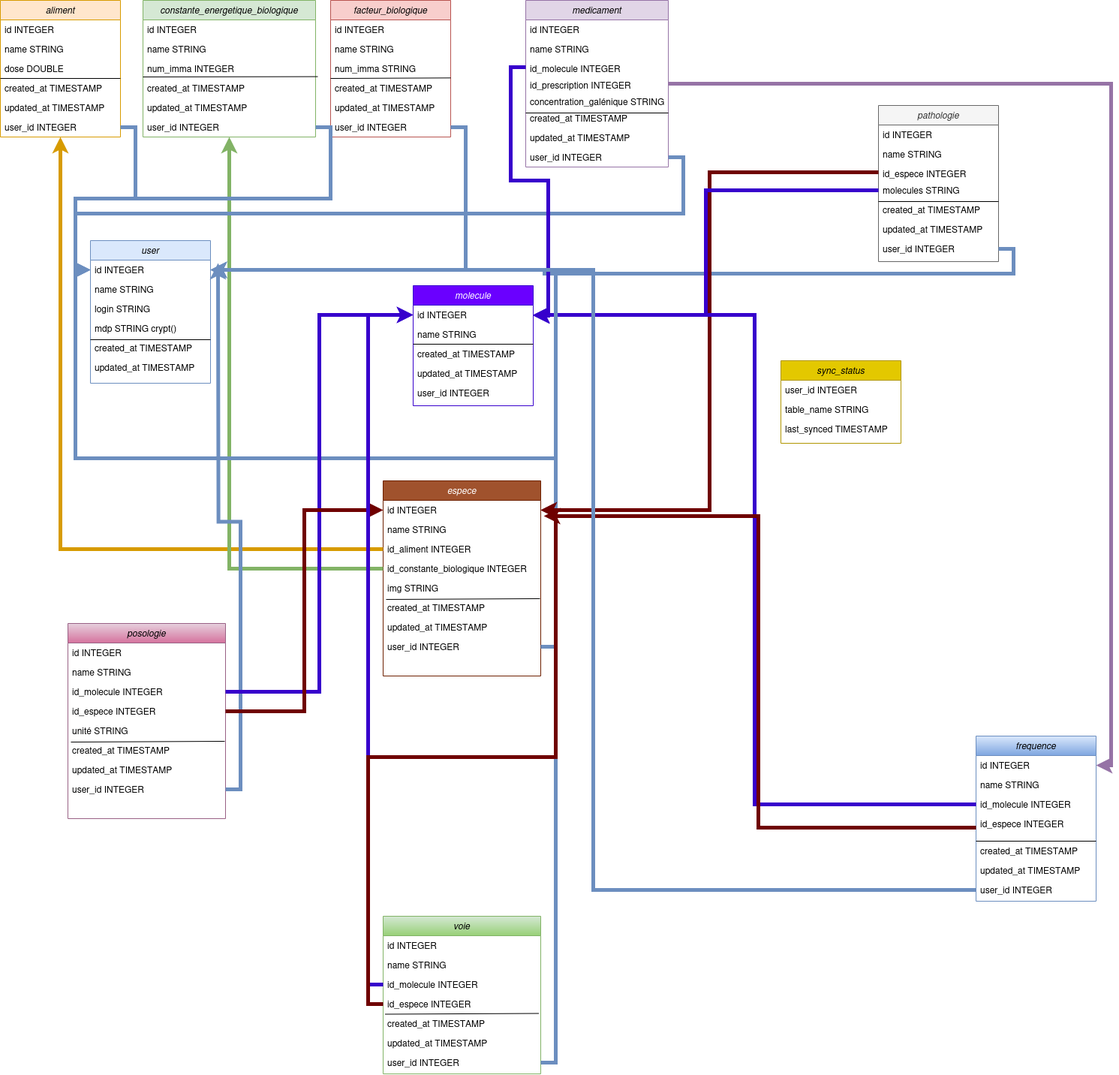
adrienCaminade/adrienCaminade keeps this draw.io diagram as vetplan_schema_DBB.drawio.png. Above is the earlier version. Source tidied: cells renumbered, new cells last; positions are measured from the earlier drawing's top-left corner, leaving out a move shared by most shapes.
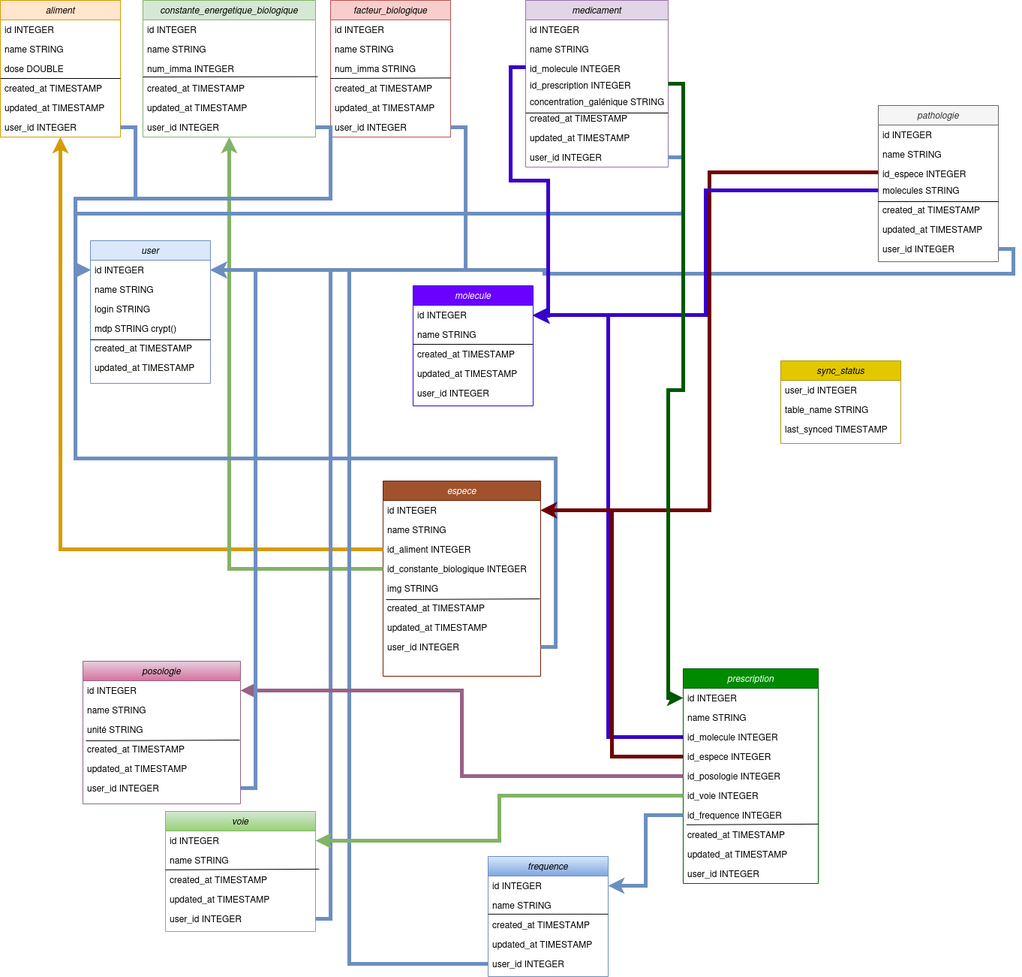
The same file after the commit.

Diff of the diagram source:
```diff
@@ -265,7 +265,7 @@
       <mxGeometry relative="1" as="geometry" />
     </mxCell>
     <mxCell id="84" value="frequence" style="swimlane;fontStyle=2;align=center;verticalAlign=top;horizontal=1;startSize=26;rounded=0;shadow=0;strokeWidth=1;fillColor=#dae8fc;strokeColor=#6c8ebf;gradientColor=#7ea6e0;" parent="1" vertex="1">
-      <mxGeometry x="1300" y="980" width="160" height="220" as="geometry" />
+      <mxGeometry x="650" y="1140" width="160" height="160" as="geometry" />
     </mxCell>
     <mxCell id="85" value="id INTEGER" style="text;align=left;verticalAlign=top;spacingLeft=4;spacingRight=4;overflow=hidden;points=[[0,0.5],[1,0.5]];portConstraint=eastwest;" parent="84" vertex="1">
       <mxGeometry y="26" width="160" height="26" as="geometry" />
@@ -273,38 +273,26 @@
     <mxCell id="86" value="name STRING" style="text;align=left;verticalAlign=top;spacingLeft=4;spacingRight=4;overflow=hidden;rounded=0;shadow=0;html=0;" parent="84" vertex="1">
       <mxGeometry y="52" width="160" height="26" as="geometry" />
     </mxCell>
-    <mxCell id="87" value="id_molecule INTEGER" style="text;align=left;verticalAlign=top;spacingLeft=4;spacingRight=4;overflow=hidden;points=[[0,0.5],[1,0.5]];portConstraint=eastwest;rounded=0;shadow=0;html=0;" parent="84" vertex="1">
-      <mxGeometry y="78" width="160" height="26" as="geometry" />
-    </mxCell>
-    <mxCell id="88" value="id_espece INTEGER" style="text;align=left;verticalAlign=top;spacingLeft=4;spacingRight=4;overflow=hidden;points=[[0,0.5],[1,0.5]];portConstraint=eastwest;rounded=0;shadow=0;html=0;" parent="84" vertex="1">
-      <mxGeometry y="104" width="160" height="36" as="geometry" />
-    </mxCell>
     <mxCell id="89" style="endArrow=none;html=1;rounded=0;" parent="84" edge="1">
       <mxGeometry relative="1" as="geometry">
-        <mxPoint y="140" as="sourcePoint" />
-        <mxPoint x="160" y="140" as="targetPoint" />
+        <mxPoint y="76.8" as="sourcePoint" />
+        <mxPoint x="160" y="76.8" as="targetPoint" />
       </mxGeometry>
     </mxCell>
     <mxCell id="90" value="created_at TIMESTAMP" style="text;align=left;verticalAlign=top;spacingLeft=4;spacingRight=4;overflow=hidden;rounded=0;shadow=0;html=0;" parent="84" vertex="1">
-      <mxGeometry y="140" width="160" height="26" as="geometry" />
+      <mxGeometry y="78" width="160" height="26" as="geometry" />
     </mxCell>
     <mxCell id="91" value="updated_at TIMESTAMP" style="text;align=left;verticalAlign=top;spacingLeft=4;spacingRight=4;overflow=hidden;rounded=0;shadow=0;html=0;" parent="84" vertex="1">
-      <mxGeometry y="166" width="160" height="26" as="geometry" />
+      <mxGeometry y="104" width="160" height="26" as="geometry" />
     </mxCell>
     <mxCell id="92" value="user_id INTEGER" style="text;align=left;verticalAlign=top;spacingLeft=4;spacingRight=4;overflow=hidden;points=[[0,0.5],[1,0.5]];portConstraint=eastwest;rounded=0;shadow=0;html=0;" parent="84" vertex="1">
-      <mxGeometry y="192" width="160" height="26" as="geometry" />
+      <mxGeometry y="130" width="160" height="26" as="geometry" />
     </mxCell>
-    <mxCell id="93" style="edgeStyle=orthogonalEdgeStyle;rounded=0;jettySize=auto;html=1;exitX=0;exitY=0.5;exitDx=0;exitDy=0;fillColor=#6a00ff;strokeColor=#3700CC;strokeWidth=5;" parent="1" edge="1" source="87" target="75">
-      <mxGeometry relative="1" as="geometry" />
-    </mxCell>
-    <mxCell id="94" style="edgeStyle=orthogonalEdgeStyle;rounded=0;jettySize=auto;html=1;exitX=0;exitY=0.5;exitDx=0;exitDy=0;entryX=1.02;entryY=0.806;entryDx=0;entryDy=0;entryPerimeter=0;strokeWidth=5;fillColor=#a20025;strokeColor=#6F0000;" parent="1" edge="1" source="88" target="27">
-      <mxGeometry relative="1" as="geometry" />
-    </mxCell>
     <mxCell id="95" style="edgeStyle=orthogonalEdgeStyle;rounded=0;jettySize=auto;html=1;exitX=0;exitY=0.5;exitDx=0;exitDy=0;entryX=1;entryY=0.5;entryDx=0;entryDy=0;fillColor=#b1ddf0;strokeColor=#6C8EBF;strokeWidth=5;" parent="1" edge="1" source="92" target="57">
       <mxGeometry relative="1" as="geometry" />
     </mxCell>
     <mxCell id="96" value="posologie" style="swimlane;fontStyle=2;align=center;verticalAlign=top;horizontal=1;startSize=26;rounded=0;shadow=0;strokeWidth=1;fillColor=#e6d0de;strokeColor=#996185;gradientColor=#d5739d;" parent="1" vertex="1">
-      <mxGeometry x="90" y="830" width="210" height="260" as="geometry" />
+      <mxGeometry x="110" y="880" width="210" height="190" as="geometry" />
     </mxCell>
     <mxCell id="97" value="id INTEGER" style="text;align=left;verticalAlign=top;spacingLeft=4;spacingRight=4;overflow=hidden;points=[[0,0.5],[1,0.5]];portConstraint=eastwest;" parent="96" vertex="1">
       <mxGeometry y="26" width="210" height="26" as="geometry" />
@@ -312,85 +300,113 @@
     <mxCell id="98" value="name STRING" style="text;align=left;verticalAlign=top;spacingLeft=4;spacingRight=4;overflow=hidden;rounded=0;shadow=0;html=0;" parent="96" vertex="1">
       <mxGeometry y="52" width="210" height="26" as="geometry" />
     </mxCell>
-    <mxCell id="99" value="id_molecule INTEGER&#10;" style="text;align=left;verticalAlign=top;spacingLeft=4;spacingRight=4;overflow=hidden;points=[[0,0.5],[1,0.5]];portConstraint=eastwest;rounded=0;shadow=0;html=0;" parent="96" vertex="1">
-      <mxGeometry y="78" width="210" height="26" as="geometry" />
-    </mxCell>
-    <mxCell id="100" value="id_espece INTEGER&#10;" style="text;align=left;verticalAlign=top;spacingLeft=4;spacingRight=4;overflow=hidden;points=[[0,0.5],[1,0.5]];portConstraint=eastwest;rounded=0;shadow=0;html=0;" parent="96" vertex="1">
-      <mxGeometry y="104" width="210" height="26" as="geometry" />
-    </mxCell>
     <mxCell id="101" value="unité STRING" style="text;align=left;verticalAlign=top;spacingLeft=4;spacingRight=4;overflow=hidden;points=[[0,0.5],[1,0.5]];portConstraint=eastwest;rounded=0;shadow=0;html=0;" parent="96" vertex="1">
-      <mxGeometry y="130" width="210" height="26" as="geometry" />
+      <mxGeometry y="78" width="210" height="26" as="geometry" />
     </mxCell>
     <mxCell id="102" value="created_at TIMESTAMP" style="text;align=left;verticalAlign=top;spacingLeft=4;spacingRight=4;overflow=hidden;points=[[0,0.5],[1,0.5]];portConstraint=eastwest;rounded=0;shadow=0;html=0;" parent="96" vertex="1">
-      <mxGeometry y="156" width="210" height="26" as="geometry" />
+      <mxGeometry y="104" width="210" height="26" as="geometry" />
     </mxCell>
     <mxCell id="103" value="updated_at TIMESTAMP" style="text;align=left;verticalAlign=top;spacingLeft=4;spacingRight=4;overflow=hidden;rounded=0;shadow=0;html=0;" parent="96" vertex="1">
-      <mxGeometry y="182" width="210" height="26" as="geometry" />
+      <mxGeometry y="130" width="210" height="26" as="geometry" />
     </mxCell>
-    <mxCell id="104" style="edgeStyle=orthogonalEdgeStyle;rounded=0;jettySize=auto;html=1;exitX=1;exitY=0.5;exitDx=0;exitDy=0;strokeWidth=5;fillColor=#dae8fc;strokeColor=#6c8ebf;gradientColor=#7ea6e0;" parent="96" edge="1" source="105">
-      <mxGeometry relative="1" as="geometry">
-        <mxPoint x="200" y="-480" as="targetPoint" />
-      </mxGeometry>
-    </mxCell>
     <mxCell id="105" value="user_id INTEGER" style="text;align=left;verticalAlign=top;spacingLeft=4;spacingRight=4;overflow=hidden;points=[[0,0.5],[1,0.5]];portConstraint=eastwest;rounded=0;shadow=0;html=0;" parent="96" vertex="1">
-      <mxGeometry y="208" width="210" height="26" as="geometry" />
+      <mxGeometry y="156" width="210" height="26" as="geometry" />
     </mxCell>
     <mxCell id="106" style="endArrow=none;html=1;rounded=0;exitX=0.019;exitY=0.077;exitDx=0;exitDy=0;exitPerimeter=0;entryX=0.995;entryY=1.038;entryDx=0;entryDy=0;entryPerimeter=0;" parent="96" edge="1" source="102" target="101">
       <mxGeometry relative="1" as="geometry" />
     </mxCell>
-    <mxCell id="107" style="edgeStyle=orthogonalEdgeStyle;rounded=0;jettySize=auto;html=1;exitX=1;exitY=0.5;exitDx=0;exitDy=0;entryX=0;entryY=0.5;entryDx=0;entryDy=0;fillColor=#6a00ff;strokeColor=#3700CC;strokeWidth=5;" parent="1" edge="1" source="99" target="75">
-      <mxGeometry relative="1" as="geometry" />
-    </mxCell>
-    <mxCell id="108" style="edgeStyle=orthogonalEdgeStyle;rounded=0;jettySize=auto;html=1;exitX=1;exitY=0.5;exitDx=0;exitDy=0;entryX=0;entryY=0.5;entryDx=0;entryDy=0;fillColor=#a20025;strokeColor=#6F0000;strokeWidth=5;" parent="1" edge="1" source="100" target="27">
-      <mxGeometry relative="1" as="geometry" />
-    </mxCell>
     <mxCell id="109" value="voie" style="swimlane;fontStyle=2;align=center;verticalAlign=top;horizontal=1;startSize=26;rounded=0;shadow=0;strokeWidth=1;fillColor=#d5e8d4;strokeColor=#82b366;gradientColor=#97d077;" parent="1" vertex="1">
-      <mxGeometry x="510" y="1220" width="210" height="210" as="geometry" />
+      <mxGeometry x="220" y="1080" width="200" height="160" as="geometry" />
     </mxCell>
     <mxCell id="110" value="id INTEGER" style="text;align=left;verticalAlign=top;spacingLeft=4;spacingRight=4;overflow=hidden;points=[[0,0.5],[1,0.5]];portConstraint=eastwest;" parent="109" vertex="1">
-      <mxGeometry y="26" width="210" height="26" as="geometry" />
+      <mxGeometry y="26" width="200" height="26" as="geometry" />
     </mxCell>
     <mxCell id="111" value="name STRING" style="text;align=left;verticalAlign=top;spacingLeft=4;spacingRight=4;overflow=hidden;rounded=0;shadow=0;html=0;" parent="109" vertex="1">
-      <mxGeometry y="52" width="210" height="26" as="geometry" />
+      <mxGeometry y="52" width="200" height="26" as="geometry" />
     </mxCell>
-    <mxCell id="112" value="id_molecule INTEGER&#10;" style="text;align=left;verticalAlign=top;spacingLeft=4;spacingRight=4;overflow=hidden;points=[[0,0.5],[1,0.5]];portConstraint=eastwest;rounded=0;shadow=0;html=0;" parent="109" vertex="1">
-      <mxGeometry y="78" width="210" height="26" as="geometry" />
-    </mxCell>
-    <mxCell id="113" value="id_espece INTEGER&#10;" style="text;align=left;verticalAlign=top;spacingLeft=4;spacingRight=4;overflow=hidden;points=[[0,0.5],[1,0.5]];portConstraint=eastwest;rounded=0;shadow=0;html=0;" parent="109" vertex="1">
-      <mxGeometry y="104" width="210" height="26" as="geometry" />
-    </mxCell>
     <mxCell id="114" style="endArrow=none;html=1;rounded=0;exitX=0.019;exitY=0.077;exitDx=0;exitDy=0;exitPerimeter=0;entryX=0.995;entryY=1.038;entryDx=0;entryDy=0;entryPerimeter=0;" parent="109" edge="1">
       <mxGeometry relative="1" as="geometry">
-        <mxPoint x="2.5" y="130.5" as="sourcePoint" />
-        <mxPoint x="207.5" y="129.5" as="targetPoint" />
+        <mxPoint y="77.8" as="sourcePoint" />
+        <mxPoint x="205" y="76.8" as="targetPoint" />
       </mxGeometry>
     </mxCell>
     <mxCell id="115" value="created_at TIMESTAMP" style="text;align=left;verticalAlign=top;spacingLeft=4;spacingRight=4;overflow=hidden;rounded=0;shadow=0;html=0;" parent="109" vertex="1">
-      <mxGeometry y="130" width="210" height="26" as="geometry" />
+      <mxGeometry y="78" width="200" height="26" as="geometry" />
     </mxCell>
     <mxCell id="116" value="updated_at TIMESTAMP" style="text;align=left;verticalAlign=top;spacingLeft=4;spacingRight=4;overflow=hidden;rounded=0;shadow=0;html=0;" parent="109" vertex="1">
-      <mxGeometry y="156" width="210" height="26" as="geometry" />
+      <mxGeometry y="104" width="200" height="26" as="geometry" />
     </mxCell>
     <mxCell id="117" value="user_id INTEGER" style="text;align=left;verticalAlign=top;spacingLeft=4;spacingRight=4;overflow=hidden;points=[[0,0.5],[1,0.5]];portConstraint=eastwest;rounded=0;shadow=0;html=0;" parent="109" vertex="1">
-      <mxGeometry y="182" width="210" height="26" as="geometry" />
+      <mxGeometry y="130" width="200" height="26" as="geometry" />
     </mxCell>
     <mxCell id="118" style="edgeStyle=orthogonalEdgeStyle;rounded=0;jettySize=auto;html=1;exitX=1;exitY=0.5;exitDx=0;exitDy=0;strokeWidth=5;fillColor=#dae8fc;strokeColor=#6c8ebf;gradientColor=#7ea6e0;entryX=1;entryY=0.5;entryDx=0;entryDy=0;" parent="1" edge="1" source="117" target="57">
       <mxGeometry relative="1" as="geometry" />
     </mxCell>
-    <mxCell id="119" style="edgeStyle=orthogonalEdgeStyle;rounded=0;jettySize=auto;html=1;exitX=0;exitY=0.5;exitDx=0;exitDy=0;entryX=0;entryY=0.5;entryDx=0;entryDy=0;strokeWidth=5;fillColor=#6a00ff;strokeColor=#3700CC;" parent="1" edge="1" source="112" target="75">
-      <mxGeometry relative="1" as="geometry" />
-    </mxCell>
-    <mxCell id="120" style="edgeStyle=orthogonalEdgeStyle;rounded=0;jettySize=auto;html=1;entryX=1;entryY=0.5;entryDx=0;entryDy=0;strokeWidth=5;fillColor=#a20025;strokeColor=#6F0000;" parent="1" edge="1" source="113" target="27">
-      <mxGeometry relative="1" as="geometry" />
-    </mxCell>
     <mxCell id="121" style="endArrow=none;html=1;rounded=0;" parent="1" edge="1">
       <mxGeometry relative="1" as="geometry">
         <mxPoint x="700" y="150" as="sourcePoint" />
         <mxPoint x="890" y="150" as="targetPoint" />
       </mxGeometry>
     </mxCell>
-    <mxCell id="122" style="edgeStyle=orthogonalEdgeStyle;rounded=0;jettySize=auto;html=1;exitX=1;exitY=0.5;exitDx=0;exitDy=0;entryX=1;entryY=0.5;entryDx=0;entryDy=0;fillColor=#e1d5e7;strokeColor=#9673a6;strokeWidth=5;" parent="1" edge="1" source="40" target="85">
-      <mxGeometry relative="1" as="geometry" />
-    </mxCell>
+    <mxCell id="123" value="prescription" style="swimlane;fontStyle=2;align=center;verticalAlign=top;horizontal=1;startSize=26;rounded=0;shadow=0;strokeWidth=1;fillColor=#008a00;strokeColor=#005700;fontColor=#ffffff;" parent="1" vertex="1">
+      <mxGeometry x="910" y="890" width="180" height="286" as="geometry" />
+    </mxCell>
+    <mxCell id="124" value="id INTEGER" style="text;align=left;verticalAlign=top;spacingLeft=4;spacingRight=4;overflow=hidden;points=[[0,0.5],[1,0.5]];portConstraint=eastwest;" parent="123" vertex="1">
+      <mxGeometry y="26" width="180" height="26" as="geometry" />
+    </mxCell>
+    <mxCell id="125" value="name STRING" style="text;align=left;verticalAlign=top;spacingLeft=4;spacingRight=4;overflow=hidden;rounded=0;shadow=0;html=0;" parent="123" vertex="1">
+      <mxGeometry y="52" width="180" height="26" as="geometry" />
+    </mxCell>
+    <mxCell id="87" value="id_molecule INTEGER" style="text;align=left;verticalAlign=top;spacingLeft=4;spacingRight=4;overflow=hidden;points=[[0,0.5],[1,0.5]];portConstraint=eastwest;rounded=0;shadow=0;html=0;" parent="123" vertex="1">
+      <mxGeometry y="78" width="180" height="26" as="geometry" />
+    </mxCell>
+    <mxCell id="88" value="id_espece INTEGER" style="text;align=left;verticalAlign=top;spacingLeft=4;spacingRight=4;overflow=hidden;points=[[0,0.5],[1,0.5]];portConstraint=eastwest;rounded=0;shadow=0;html=0;" parent="123" vertex="1">
+      <mxGeometry y="104" width="180" height="26" as="geometry" />
+    </mxCell>
+    <mxCell id="126" value="id_posologie INTEGER" style="text;align=left;verticalAlign=top;spacingLeft=4;spacingRight=4;overflow=hidden;points=[[0,0.5],[1,0.5]];portConstraint=eastwest;rounded=0;shadow=0;html=0;" parent="123" vertex="1">
+      <mxGeometry y="130" width="180" height="26" as="geometry" />
+    </mxCell>
+    <mxCell id="127" value="id_voie INTEGER" style="text;align=left;verticalAlign=top;spacingLeft=4;spacingRight=4;overflow=hidden;points=[[0,0.5],[1,0.5]];portConstraint=eastwest;rounded=0;shadow=0;html=0;" parent="123" vertex="1">
+      <mxGeometry y="156" width="180" height="26" as="geometry" />
+    </mxCell>
+    <mxCell id="128" value="id_frequence INTEGER" style="text;align=left;verticalAlign=top;spacingLeft=4;spacingRight=4;overflow=hidden;points=[[0,0.5],[1,0.5]];portConstraint=eastwest;rounded=0;shadow=0;html=0;" parent="123" vertex="1">
+      <mxGeometry y="182" width="180" height="26" as="geometry" />
+    </mxCell>
+    <mxCell id="129" style="endArrow=none;html=1;rounded=0;exitX=0.019;exitY=0.077;exitDx=0;exitDy=0;exitPerimeter=0;entryX=0.995;entryY=1.038;entryDx=0;entryDy=0;entryPerimeter=0;" parent="123" edge="1">
+      <mxGeometry relative="1" as="geometry">
+        <mxPoint x="4.3" y="207.8" as="sourcePoint" />
+        <mxPoint x="180" y="206.8" as="targetPoint" />
+      </mxGeometry>
+    </mxCell>
+    <mxCell id="130" value="created_at TIMESTAMP" style="text;align=left;verticalAlign=top;spacingLeft=4;spacingRight=4;overflow=hidden;rounded=0;shadow=0;html=0;" parent="123" vertex="1">
+      <mxGeometry y="208" width="180" height="26" as="geometry" />
+    </mxCell>
+    <mxCell id="131" value="updated_at TIMESTAMP" style="text;align=left;verticalAlign=top;spacingLeft=4;spacingRight=4;overflow=hidden;rounded=0;shadow=0;html=0;" parent="123" vertex="1">
+      <mxGeometry y="234" width="180" height="26" as="geometry" />
+    </mxCell>
+    <mxCell id="132" value="user_id INTEGER" style="text;align=left;verticalAlign=top;spacingLeft=4;spacingRight=4;overflow=hidden;rounded=0;shadow=0;html=0;" parent="123" vertex="1">
+      <mxGeometry y="260" width="180" height="26" as="geometry" />
+    </mxCell>
+    <mxCell id="93" style="edgeStyle=orthogonalEdgeStyle;rounded=0;jettySize=auto;html=1;exitX=0;exitY=0.5;exitDx=0;exitDy=0;entryX=1;entryY=0.5;entryDx=0;entryDy=0;fillColor=#6a00ff;strokeColor=#3700CC;strokeWidth=5;" parent="1" edge="1" source="87" target="75">
+      <mxGeometry relative="1" as="geometry" />
+    </mxCell>
+    <mxCell id="94" style="edgeStyle=orthogonalEdgeStyle;rounded=0;jettySize=auto;html=1;exitX=0;exitY=0.5;exitDx=0;exitDy=0;entryX=1;entryY=0.5;entryDx=0;entryDy=0;fillColor=#a20025;strokeColor=#6F0000;strokeWidth=5;" parent="1" edge="1" source="88" target="27">
+      <mxGeometry relative="1" as="geometry" />
+    </mxCell>
+    <mxCell id="133" style="edgeStyle=orthogonalEdgeStyle;rounded=0;jettySize=auto;html=1;exitX=0;exitY=0.5;exitDx=0;exitDy=0;entryX=1;entryY=0.5;entryDx=0;entryDy=0;fillColor=#e6d0de;gradientColor=#d5739d;strokeColor=#996185;strokeWidth=5;" parent="1" edge="1" source="126" target="97">
+      <mxGeometry relative="1" as="geometry" />
+    </mxCell>
+    <mxCell id="134" style="edgeStyle=orthogonalEdgeStyle;rounded=0;jettySize=auto;html=1;exitX=0;exitY=0.5;exitDx=0;exitDy=0;entryX=1;entryY=0.5;entryDx=0;entryDy=0;fillColor=#d5e8d4;gradientColor=#97d077;strokeColor=#82b366;strokeWidth=5;" parent="1" edge="1" source="127" target="110">
+      <mxGeometry relative="1" as="geometry" />
+    </mxCell>
+    <mxCell id="135" style="edgeStyle=orthogonalEdgeStyle;rounded=0;jettySize=auto;html=1;exitX=0;exitY=0.5;exitDx=0;exitDy=0;entryX=1;entryY=0.5;entryDx=0;entryDy=0;fillColor=#dae8fc;gradientColor=#7ea6e0;strokeColor=#6c8ebf;strokeWidth=5;" parent="1" edge="1" source="128" target="85">
+      <mxGeometry relative="1" as="geometry" />
+    </mxCell>
+    <mxCell id="104" style="edgeStyle=orthogonalEdgeStyle;rounded=0;jettySize=auto;html=1;exitX=1;exitY=0.5;exitDx=0;exitDy=0;strokeWidth=5;fillColor=#dae8fc;strokeColor=#6c8ebf;gradientColor=#7ea6e0;entryX=1;entryY=0.5;entryDx=0;entryDy=0;" parent="1" edge="1" source="105" target="57">
+      <mxGeometry relative="1" as="geometry" />
+    </mxCell>
+    <mxCell id="136" style="edgeStyle=orthogonalEdgeStyle;rounded=0;jettySize=auto;html=1;exitX=1;exitY=0.5;exitDx=0;exitDy=0;entryX=0;entryY=0.5;entryDx=0;entryDy=0;fillColor=#008a00;strokeColor=#005700;strokeWidth=5;" parent="1" edge="1" source="40" target="124">
+      <mxGeometry relative="1" as="geometry" />
+    </mxCell>
   </root>
 </mxGraphModel>
```
